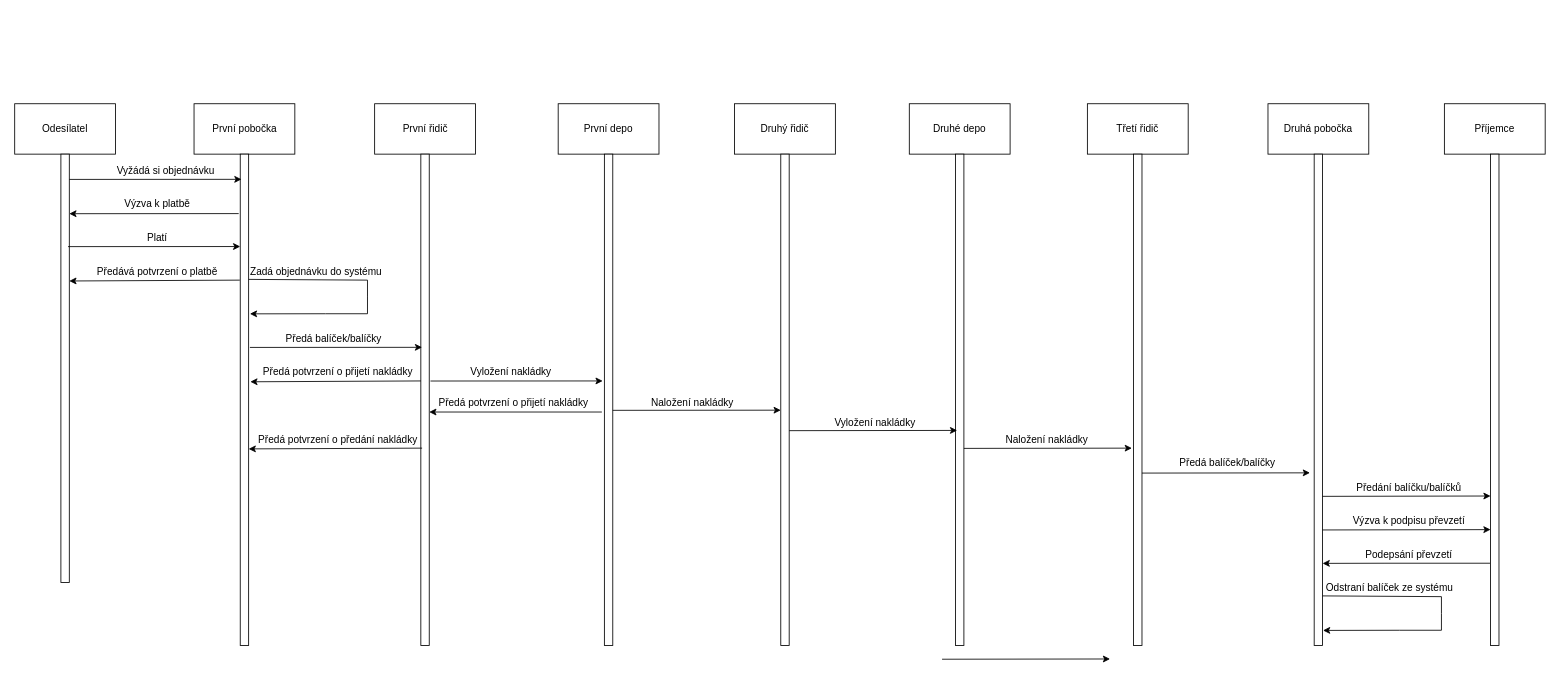
Earlier version of the draw.io diagram Projekt-SekvencniDiagram.drawio (martinoak/culs-diagrams-net). Source tidied: cells renumbered, new cells numbered last; positions are measured from the earlier drawing's top-left corner, leaving out a move shared by most shapes. Both pictures are drawn from the tidied source at 84%, with x=0, y=0 at pixel (14, 103).
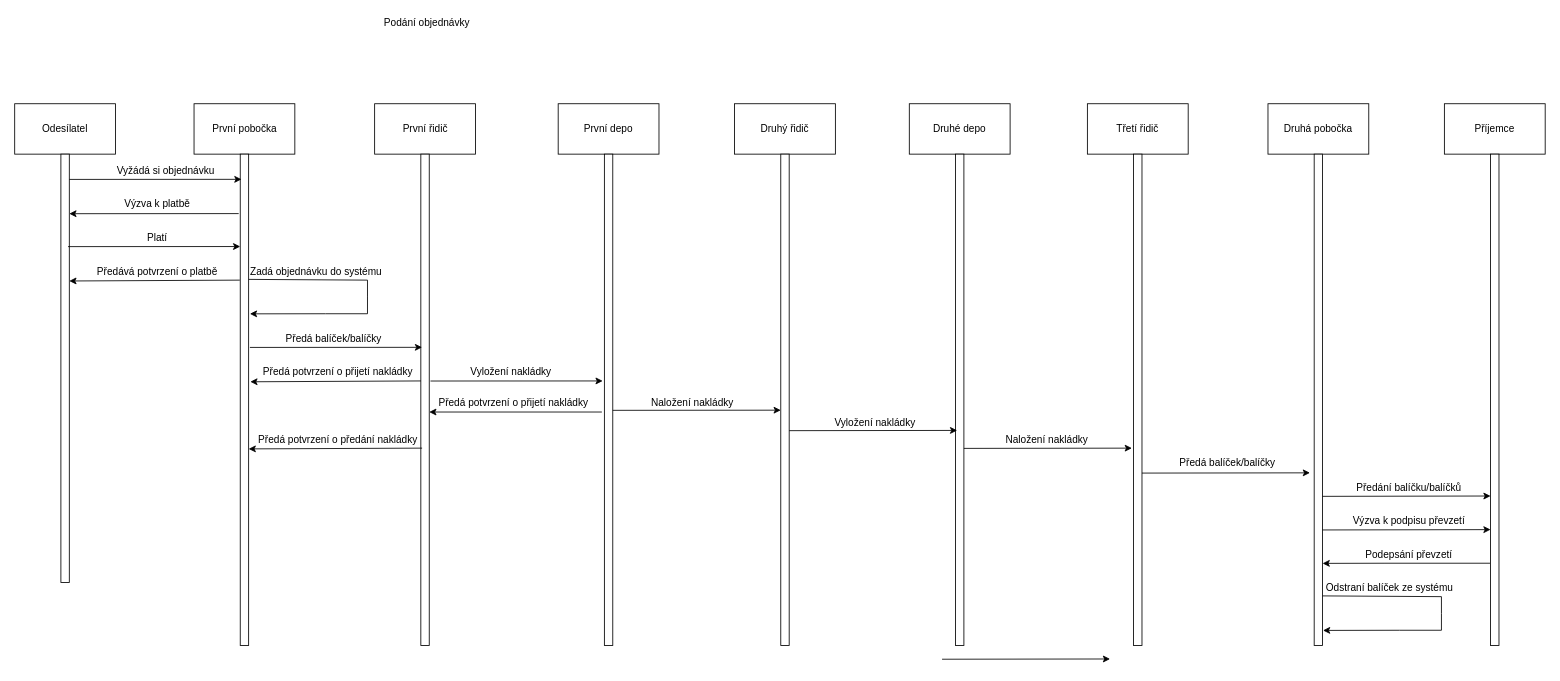
The same diagram, later.

Change to the diagram source:
```diff
@@
+    <mxCell id="57" value="Podání objednávky" style="text;html=1;strokeColor=none;fillColor=none;align=center;verticalAlign=middle;whiteSpace=wrap;rounded=0;" parent="1" vertex="1">
+      <mxGeometry x="431" y="-106" width="120" height="20" as="geometry" />
+    </mxCell>
```
